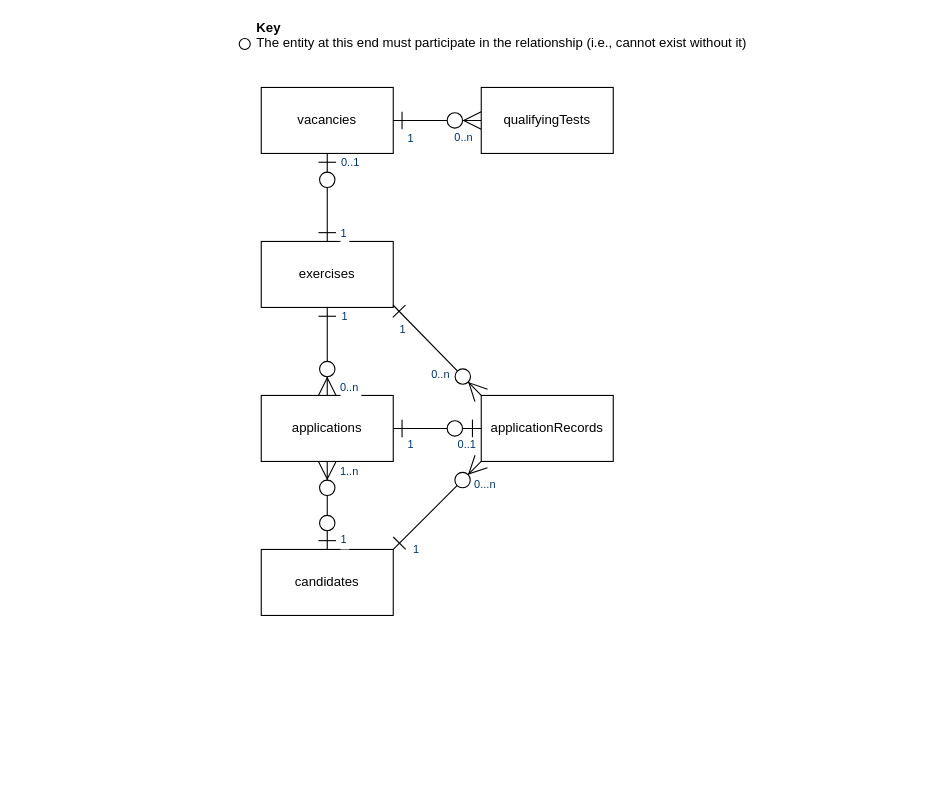
This is page "top-level" (1 of 3) of docs/_diagrams/data-model.drawio from jac-uk/documentation, a draw.io file, before an edit. Source tidied: cells renumbered, new cells numbered last; positions are measured from the earlier drawing's top-left corner, leaving out a move shared by most shapes. Both pictures are drawn from the tidied source at 110%, with x=0, y=0 at pixel (239, 21).
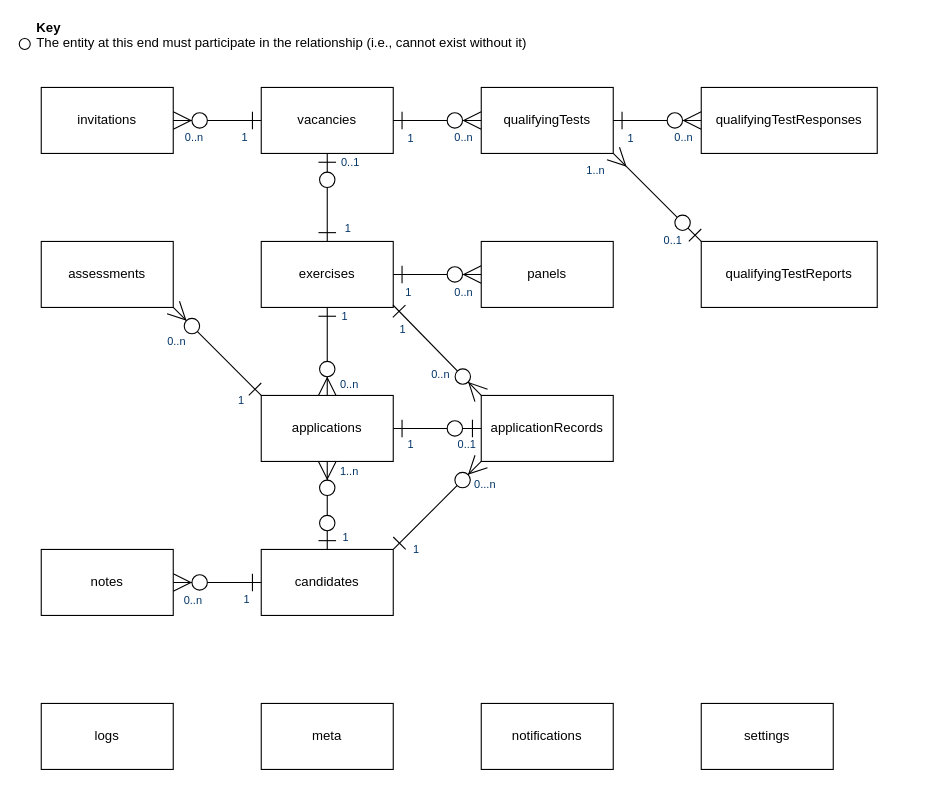
After the change.

Commit message (it also covers changes not shown here):
finished ER diagram and description of collections

Unchanged cells that the change refers to:
```xml
<mxCell id="2" value="exercises" style="rounded=0;whiteSpace=wrap;html=1;" parent="1" vertex="1">
  <mxGeometry x="20" y="200" width="120" height="60" as="geometry" />
</mxCell>
<mxCell id="3" value="applications" style="rounded=0;whiteSpace=wrap;html=1;" parent="1" vertex="1">
  <mxGeometry x="20" y="340" width="120" height="60" as="geometry" />
</mxCell>
<mxCell id="4" value="candidates" style="rounded=0;whiteSpace=wrap;html=1;" parent="1" vertex="1">
  <mxGeometry x="20" y="480" width="120" height="60" as="geometry" />
</mxCell>
<mxCell id="5" value="vacancies" style="rounded=0;whiteSpace=wrap;html=1;" parent="1" vertex="1">
  <mxGeometry x="20" y="60" width="120" height="60" as="geometry" />
</mxCell>
<mxCell id="6" value="applicationRecords" style="rounded=0;whiteSpace=wrap;html=1;" parent="1" vertex="1">
  <mxGeometry x="220" y="340" width="120" height="60" as="geometry" />
</mxCell>
<mxCell id="7" value="qualifyingTests" style="rounded=0;whiteSpace=wrap;html=1;" parent="1" vertex="1">
  <mxGeometry x="220" y="60" width="120" height="60" as="geometry" />
</mxCell>
```

The edit, as a diff of the source:
```diff
@@
     <mxCell id="8" style="endArrow=ERone;endSize=14;startArrow=ERzeroToMany;startSize=14;startFill=1;endFill=0;targetPerimeterSpacing=0;sourcePerimeterSpacing=0;strokeWidth=1;rounded=1;jumpSize=6;entryX=0.5;entryY=1;entryDx=0;entryDy=0;" parent="1" edge="1" source="3" target="2">
-      <mxGeometry x="440" y="510" as="geometry" />
+      <mxGeometry x="640" y="510" as="geometry" />
     </mxCell>
     <mxCell id="9" value="0..n" style="align=left;verticalAlign=top;labelBackgroundColor=#ffffff;fontSize=10;strokeColor=#003366;shadow=1;fillColor=#D4E1F5;fontColor=#003366;" parent="8" vertex="1">
       <mxGeometry x="-1" relative="1" as="geometry">
-        <mxPoint x="10" y="-20" as="offset" />
+        <mxPoint x="10" y="-22" as="offset" />
       </mxGeometry>
     </mxCell>
@@
     <mxCell id="11" style="group;" parent="1" vertex="1">
-      <mxGeometry width="610" height="53" as="geometry" />
+      <mxGeometry x="-200" width="610" height="53" as="geometry" />
     </mxCell>
@@
     <mxCell id="14" style="endArrow=ERone;endSize=14;startArrow=ERzeroToOne;startSize=14;startFill=1;endFill=0;targetPerimeterSpacing=0;sourcePerimeterSpacing=0;strokeWidth=1;rounded=1;jumpSize=6;entryX=1;entryY=0.5;entryDx=0;entryDy=0;exitX=0;exitY=0.5;exitDx=0;exitDy=0;" parent="1" edge="1" source="6" target="3">
-      <mxGeometry x="570" y="520" as="geometry" />
+      <mxGeometry x="770" y="520" as="geometry" />
     </mxCell>
@@
     <mxCell id="17" style="endArrow=ERone;endSize=14;startArrow=ERzeroToMany;startSize=14;startFill=1;endFill=0;targetPerimeterSpacing=0;sourcePerimeterSpacing=0;strokeWidth=1;rounded=1;jumpSize=6;entryX=0.998;entryY=0.963;entryDx=0;entryDy=0;exitX=0;exitY=0;exitDx=0;exitDy=0;entryPerimeter=0;" parent="1" edge="1" source="6" target="2">
-      <mxGeometry x="550" y="500" as="geometry" />
+      <mxGeometry x="750" y="500" as="geometry" />
     </mxCell>
@@
     <mxCell id="20" style="endArrow=ERone;endSize=14;startArrow=ERzeroToMany;startSize=14;startFill=1;endFill=0;targetPerimeterSpacing=0;sourcePerimeterSpacing=0;strokeWidth=1;rounded=1;jumpSize=6;exitX=0;exitY=1;exitDx=0;exitDy=0;entryX=1;entryY=0;entryDx=0;entryDy=0;" parent="1" edge="1" source="6" target="4">
-      <mxGeometry x="794" y="460" as="geometry" />
+      <mxGeometry x="994" y="460" as="geometry" />
     </mxCell>
@@
     <mxCell id="23" style="endArrow=ERone;endSize=14;startArrow=ERzeroToMany;startSize=14;startFill=1;endFill=0;targetPerimeterSpacing=0;sourcePerimeterSpacing=0;strokeWidth=1;rounded=1;jumpSize=6;entryX=1;entryY=0.5;entryDx=0;entryDy=0;" parent="1" edge="1" source="7" target="5">
-      <mxGeometry x="1060" y="390" as="geometry" />
+      <mxGeometry x="1260" y="390" as="geometry" />
     </mxCell>
@@
     <mxCell id="26" style="endArrow=ERone;endSize=14;startArrow=ERzeroToOne;startSize=14;startFill=1;endFill=0;targetPerimeterSpacing=0;sourcePerimeterSpacing=0;strokeWidth=1;rounded=1;jumpSize=6;exitX=0.5;exitY=1;exitDx=0;exitDy=0;entryX=0.5;entryY=0;entryDx=0;entryDy=0;" parent="1" edge="1" source="5" target="2">
-      <mxGeometry x="580" y="530" as="geometry" />
+      <mxGeometry x="780" y="530" as="geometry" />
     </mxCell>
@@
     <mxCell id="28" value="1" style="align=right;verticalAlign=top;labelBackgroundColor=#ffffff;fontSize=10;strokeColor=#003366;shadow=1;fillColor=#D4E1F5;fontColor=#003366;" parent="26" vertex="1">
       <mxGeometry x="1" relative="1" as="geometry">
-        <mxPoint x="19" y="-20" as="offset" />
+        <mxPoint x="23" y="-24" as="offset" />
       </mxGeometry>
     </mxCell>
     <mxCell id="29" style="endArrow=ERzeroToOne;endSize=14;startArrow=ERzeroToMany;startSize=14;startFill=1;endFill=1;targetPerimeterSpacing=0;sourcePerimeterSpacing=0;strokeWidth=1;rounded=1;jumpSize=6;exitX=0.5;exitY=1;exitDx=0;exitDy=0;entryX=0.5;entryY=0;entryDx=0;entryDy=0;" parent="1" edge="1" source="3" target="4">
-      <mxGeometry x="644" y="500" as="geometry" />
+      <mxGeometry x="844" y="500" as="geometry" />
     </mxCell>
@@
     <mxCell id="31" value="1" style="align=right;verticalAlign=top;labelBackgroundColor=#ffffff;fontSize=10;strokeColor=#003366;shadow=1;fillColor=#D4E1F5;fontColor=#003366;" parent="29" vertex="1">
       <mxGeometry x="1" relative="1" as="geometry">
-        <mxPoint x="19" y="-21" as="offset" />
+        <mxPoint x="21" y="-23" as="offset" />
       </mxGeometry>
     </mxCell>
+    <mxCell id="32" value="qualifyingTestResponses" style="rounded=0;whiteSpace=wrap;html=1;" parent="1" vertex="1">
+      <mxGeometry x="420" y="60" width="160" height="60" as="geometry" />
+    </mxCell>
+    <mxCell id="33" style="endArrow=ERone;endSize=14;startArrow=ERzeroToMany;startSize=14;startFill=1;endFill=0;targetPerimeterSpacing=0;sourcePerimeterSpacing=0;strokeWidth=1;rounded=1;jumpSize=6;" parent="1" edge="1" source="32" target="7">
+      <mxGeometry x="1460" y="390" as="geometry" />
+    </mxCell>
+    <mxCell id="34" value="0..n" style="align=left;verticalAlign=top;labelBackgroundColor=#ffffff;fontSize=10;strokeColor=#003366;shadow=1;fillColor=#D4E1F5;fontColor=#003366;" parent="33" vertex="1">
+      <mxGeometry x="-1" relative="1" as="geometry">
+        <mxPoint x="-26" y="3" as="offset" />
+      </mxGeometry>
+    </mxCell>
+    <mxCell id="35" value="1" style="align=right;verticalAlign=top;labelBackgroundColor=#ffffff;fontSize=10;strokeColor=#003366;shadow=1;fillColor=#D4E1F5;fontColor=#003366;" parent="33" vertex="1">
+      <mxGeometry x="1" relative="1" as="geometry">
+        <mxPoint x="20" y="4" as="offset" />
+      </mxGeometry>
+    </mxCell>
+    <mxCell id="36" value="qualifyingTestReports" style="rounded=0;whiteSpace=wrap;html=1;" parent="1" vertex="1">
+      <mxGeometry x="420" y="200" width="160" height="60" as="geometry" />
+    </mxCell>
+    <mxCell id="37" style="endArrow=ERzeroToOne;endSize=14;startArrow=ERmany;startSize=14;startFill=0;endFill=1;targetPerimeterSpacing=0;sourcePerimeterSpacing=0;strokeWidth=1;rounded=1;jumpSize=6;entryX=0;entryY=0;entryDx=0;entryDy=0;exitX=1;exitY=1;exitDx=0;exitDy=0;" parent="1" edge="1" source="7" target="36">
+      <mxGeometry x="1470" y="400" as="geometry" />
+    </mxCell>
+    <mxCell id="38" value="1..n" style="align=left;verticalAlign=top;labelBackgroundColor=#ffffff;fontSize=10;strokeColor=#003366;shadow=1;fillColor=#D4E1F5;fontColor=#003366;" parent="37" vertex="1">
+      <mxGeometry x="-1" relative="1" as="geometry">
+        <mxPoint x="-26" y="3" as="offset" />
+      </mxGeometry>
+    </mxCell>
+    <mxCell id="39" value="0..1" style="align=right;verticalAlign=top;labelBackgroundColor=#ffffff;fontSize=10;strokeColor=#003366;shadow=1;fillColor=#D4E1F5;fontColor=#003366;" parent="37" vertex="1">
+      <mxGeometry x="1" relative="1" as="geometry">
+        <mxPoint x="-16" y="-13" as="offset" />
+      </mxGeometry>
+    </mxCell>
+    <mxCell id="40" value="assessments" style="rounded=0;whiteSpace=wrap;html=1;" parent="1" vertex="1">
+      <mxGeometry x="-180" y="200" width="120" height="60" as="geometry" />
+    </mxCell>
+    <mxCell id="41" style="endArrow=ERone;endSize=14;startArrow=ERzeroToMany;startSize=14;startFill=1;endFill=0;targetPerimeterSpacing=0;sourcePerimeterSpacing=0;strokeWidth=1;rounded=1;jumpSize=6;exitX=1;exitY=1;exitDx=0;exitDy=0;entryX=0;entryY=0;entryDx=0;entryDy=0;" parent="1" edge="1" source="40" target="3">
+      <mxGeometry x="550" y="502.2" as="geometry" />
+    </mxCell>
+    <mxCell id="42" value="0..n" style="align=left;verticalAlign=top;labelBackgroundColor=#ffffff;fontSize=10;strokeColor=#003366;shadow=1;fillColor=#D4E1F5;fontColor=#003366;" parent="41" vertex="1">
+      <mxGeometry x="-1" relative="1" as="geometry">
+        <mxPoint x="-7" y="19" as="offset" />
+      </mxGeometry>
+    </mxCell>
+    <mxCell id="43" value="1" style="align=right;verticalAlign=top;labelBackgroundColor=#ffffff;fontSize=10;strokeColor=#003366;shadow=1;fillColor=#D4E1F5;fontColor=#003366;" parent="41" vertex="1">
+      <mxGeometry x="1" relative="1" as="geometry">
+        <mxPoint x="-14" y="-7.9" as="offset" />
+      </mxGeometry>
+    </mxCell>
+    <mxCell id="44" value="invitations" style="rounded=0;whiteSpace=wrap;html=1;" parent="1" vertex="1">
+      <mxGeometry x="-180" y="60" width="120" height="60" as="geometry" />
+    </mxCell>
+    <mxCell id="45" style="endArrow=ERone;endSize=14;startArrow=ERzeroToMany;startSize=14;startFill=1;endFill=0;targetPerimeterSpacing=0;sourcePerimeterSpacing=0;strokeWidth=1;rounded=1;jumpSize=6;exitX=1;exitY=0.5;exitDx=0;exitDy=0;entryX=0;entryY=0.5;entryDx=0;entryDy=0;" parent="1" edge="1" source="44" target="5">
+      <mxGeometry x="760" y="510" as="geometry" />
+    </mxCell>
+    <mxCell id="46" value="0..n" style="align=left;verticalAlign=top;labelBackgroundColor=#ffffff;fontSize=10;strokeColor=#003366;shadow=1;fillColor=#D4E1F5;fontColor=#003366;" parent="45" vertex="1">
+      <mxGeometry x="-1" relative="1" as="geometry">
+        <mxPoint x="9" y="3" as="offset" />
+      </mxGeometry>
+    </mxCell>
+    <mxCell id="47" value="1" style="align=right;verticalAlign=top;labelBackgroundColor=#ffffff;fontSize=10;strokeColor=#003366;shadow=1;fillColor=#D4E1F5;fontColor=#003366;" parent="45" vertex="1">
+      <mxGeometry x="1" relative="1" as="geometry">
+        <mxPoint x="-11" y="3.1" as="offset" />
+      </mxGeometry>
+    </mxCell>
+    <mxCell id="48" value="logs" style="rounded=0;whiteSpace=wrap;html=1;" parent="1" vertex="1">
+      <mxGeometry x="-180" y="620" width="120" height="60" as="geometry" />
+    </mxCell>
+    <mxCell id="49" value="meta" style="rounded=0;whiteSpace=wrap;html=1;" parent="1" vertex="1">
+      <mxGeometry x="20" y="620" width="120" height="60" as="geometry" />
+    </mxCell>
+    <mxCell id="50" value="notes" style="rounded=0;whiteSpace=wrap;html=1;" parent="1" vertex="1">
+      <mxGeometry x="-180" y="480" width="120" height="60" as="geometry" />
+    </mxCell>
+    <mxCell id="51" style="endArrow=ERone;endSize=14;startArrow=ERzeroToMany;startSize=14;startFill=1;endFill=0;targetPerimeterSpacing=0;sourcePerimeterSpacing=0;strokeWidth=1;rounded=1;jumpSize=6;exitX=1;exitY=0.5;exitDx=0;exitDy=0;entryX=0;entryY=0.5;entryDx=0;entryDy=0;" parent="1" edge="1" source="50" target="4">
+      <mxGeometry x="560" y="512.2" as="geometry" />
+    </mxCell>
+    <mxCell id="52" value="0..n" style="align=left;verticalAlign=top;labelBackgroundColor=#ffffff;fontSize=10;strokeColor=#003366;shadow=1;fillColor=#D4E1F5;fontColor=#003366;" parent="51" vertex="1">
+      <mxGeometry x="-1" relative="1" as="geometry">
+        <mxPoint x="8" y="4" as="offset" />
+      </mxGeometry>
+    </mxCell>
+    <mxCell id="53" value="1" style="align=right;verticalAlign=top;labelBackgroundColor=#ffffff;fontSize=10;strokeColor=#003366;shadow=1;fillColor=#D4E1F5;fontColor=#003366;" parent="51" vertex="1">
+      <mxGeometry x="1" relative="1" as="geometry">
+        <mxPoint x="-9" y="3.1" as="offset" />
+      </mxGeometry>
+    </mxCell>
+    <mxCell id="54" value="notifications" style="rounded=0;whiteSpace=wrap;html=1;" parent="1" vertex="1">
+      <mxGeometry x="220" y="620" width="120" height="60" as="geometry" />
+    </mxCell>
+    <mxCell id="55" value="panels" style="rounded=0;whiteSpace=wrap;html=1;" parent="1" vertex="1">
+      <mxGeometry x="220" y="200" width="120" height="60" as="geometry" />
+    </mxCell>
+    <mxCell id="56" style="endArrow=ERone;endSize=14;startArrow=ERzeroToMany;startSize=14;startFill=1;endFill=0;targetPerimeterSpacing=0;sourcePerimeterSpacing=0;strokeWidth=1;rounded=1;jumpSize=6;entryX=1;entryY=0.5;entryDx=0;entryDy=0;exitX=0;exitY=0.5;exitDx=0;exitDy=0;" parent="1" edge="1" source="55" target="2">
+      <mxGeometry x="760" y="510" as="geometry" />
+    </mxCell>
+    <mxCell id="57" value="0..n" style="align=left;verticalAlign=top;labelBackgroundColor=#ffffff;fontSize=10;strokeColor=#003366;shadow=1;fillColor=#D4E1F5;fontColor=#003366;" parent="56" vertex="1">
+      <mxGeometry x="-1" relative="1" as="geometry">
+        <mxPoint x="-26" y="4" as="offset" />
+      </mxGeometry>
+    </mxCell>
+    <mxCell id="58" value="1" style="align=right;verticalAlign=top;labelBackgroundColor=#ffffff;fontSize=10;strokeColor=#003366;shadow=1;fillColor=#D4E1F5;fontColor=#003366;" parent="56" vertex="1">
+      <mxGeometry x="1" relative="1" as="geometry">
+        <mxPoint x="18" y="4.1" as="offset" />
+      </mxGeometry>
+    </mxCell>
+    <mxCell id="59" value="settings" style="rounded=0;whiteSpace=wrap;html=1;" parent="1" vertex="1">
+      <mxGeometry x="420" y="620" width="120" height="60" as="geometry" />
+    </mxCell>
```
